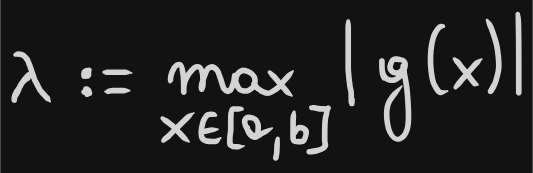
Earlier version of the Excalidraw export Appunti/Excalidraw/2025-03-23_22.51.52.excalidraw.svg (yuritateo03/CalcoloNumerico). Source tidied: one line per element, renumbered; positions are measured from the earlier drawing's top-left corner, leaving out a move shared by most shapes. The source it was exported from:
```json
{"id": 0, "type": "freedraw", "strokeColor": "#1e1e1e", "strokeWidth": 0.5, "roughness": 1, "x": 1, "y": 29, "width": 26, "height": 34, "points": [[0, 0], [1, -1], [1, -1], [2, -1], [4, -1], [6, 0], [7, 1], [8, 2], [9, 4], [9, 4], [9, 6], [10, 7], [11, 9], [12, 12], [14, 18], [15, 20], [16, 22], [17, 23], [18, 25], [18, 26], [20, 28], [21, 29], [23, 31], [23, 31], [24, 32], [25, 33], [26, 33], [26, 34], [25, 34], [25, 34]]}
{"id": 1, "type": "freedraw", "strokeColor": "#1e1e1e", "strokeWidth": 0.5, "roughness": 1, "x": 12, "y": 42, "width": 13, "height": 20, "points": [[0, 0], [-1, 1], [-3, 3], [-4, 4], [-6, 7], [-7, 8], [-9, 12], [-10, 15], [-11, 16], [-11, 18], [-12, 18], [-12, 20], [-12, 18], [-12, 16], [-11, 14], [-9, 12], [-7, 9], [-7, 7], [-5, 6], [-4, 4], [-2, 4], [-1, 4], [-1, 3], [0, 2], [1, 1], [1, 1]]}
{"id": 2, "type": "freedraw", "strokeColor": "#1e1e1e", "strokeWidth": 0.5, "roughness": 1, "x": 51, "y": 55, "width": 3, "height": 4, "points": [[0, 0], [0, 1], [-1, 0], [-1, -1], [-1, -1], [0, -1], [1, -1], [1, -1], [1, -1], [2, -1], [2, 0], [2, 1], [1, 1], [1, 1], [0, 1], [1, 1], [1, 1], [2, 1], [2, 1], [1, 2], [1, 2], [0, 2], [0, 1], [0, 0], [0, 0]]}
{"id": 3, "type": "freedraw", "strokeColor": "#1e1e1e", "strokeWidth": 0.5, "roughness": 1, "x": 51, "y": 45, "width": 4, "height": 5, "points": [[0, 0], [1, 1], [0, 0], [0, -1], [1, -1], [0, -1], [1, -1], [1, 0], [-1, -1], [0, -2], [1, -1], [-1, -1], [-1, -3], [0, -4], [0, -1], [-1, 1], [-1, -1], [-1, -4], [1, -4], [2, -2], [2, 0], [0, 0], [-1, -2], [1, -4], [3, -4], [1, -4], [-1, -3]]}
{"id": 4, "type": "freedraw", "strokeColor": "#1e1e1e", "strokeWidth": 0.5, "roughness": 1, "x": 64, "y": 42, "width": 20, "height": 1, "points": [[0, 0], [1, 0], [1, 0], [2, 0], [3, 0], [4, 0], [4, 0], [5, 0], [7, 0], [8, 0], [9, 0], [9, 0], [10, 0], [11, 0], [12, 0], [12, 0], [13, 0], [14, 0], [15, 0], [15, 0], [16, 0], [17, 0], [18, 0], [18, 0], [19, 0], [20, 0], [20, 1], [20, 1]]}
{"id": 5, "type": "freedraw", "strokeColor": "#1e1e1e", "strokeWidth": 0.5, "roughness": 1, "x": 65, "y": 56, "width": 18, "height": 1, "points": [[0, 0], [1, 0], [2, 0], [3, 0], [4, -1], [4, -1], [6, -1], [7, -1], [7, -1], [8, -1], [9, -1], [9, -1], [10, -1], [11, -1], [12, -1], [12, -1], [13, -1], [14, -1], [15, -1], [15, -1], [16, -1], [17, -1], [18, -1], [18, -1], [18, -1], [18, -1]]}
{"id": 6, "type": "freedraw", "strokeColor": "#1e1e1e", "strokeWidth": 0.5, "roughness": 1, "x": 53, "y": 55, "width": 4, "height": 3, "points": [[0, 0], [1, 0], [1, 1], [-1, 1], [-1, 1], [0, 1], [0, 3], [-1, 2], [0, 1], [1, 1], [1, 2], [-1, 2], [-1, 1], [0, 0], [1, 0], [1, 1], [-1, 1], [-2, 1], [-3, 1], [-1, 1], [-1, 1], [-1, 3], [-2, 3], [-1, 3], [-1, 3]]}
{"id": 7, "type": "freedraw", "strokeColor": "#1e1e1e", "strokeWidth": 0.5, "roughness": 1, "x": 112, "y": 47, "width": 61, "height": 21, "points": [[0, 0], [-1, 1], [1, -7], [5, -12], [8, -7], [9, 4], [9, 8], [10, -1], [18, -10], [23, -4], [22, 7], [22, 0], [27, -9], [33, -7], [36, 1], [39, 8], [43, 7], [45, -4], [45, 0], [51, 8], [60, 4], [59, -3], [52, -7], [46, -4], [47, 7]]}
{"id": 8, "type": "freedraw", "strokeColor": "#1e1e1e", "strokeWidth": 0.5, "roughness": 1, "x": 171, "y": 50, "width": 29, "height": 17, "points": [[0, 0], [1, 1], [2, 2], [3, 4], [4, 4], [6, 5], [7, 7], [9, 7], [10, 7], [12, 7], [15, 5], [16, 4], [18, 3], [20, 1], [21, -1], [23, -3], [26, -6], [27, -7], [28, -9], [29, -9], [28, -9], [28, -9], [28, -9]]}
{"id": 9, "type": "freedraw", "strokeColor": "#1e1e1e", "strokeWidth": 0.5, "roughness": 1, "x": 183, "y": 42, "width": 16, "height": 18, "points": [[0, 0], [1, 0], [1, 1], [4, 4], [5, 5], [8, 9], [12, 13], [13, 15], [15, 17], [15, 17], [15, 18], [16, 18], [16, 17], [16, 17]]}
{"id": 10, "type": "freedraw", "strokeColor": "#1e1e1e", "strokeWidth": 0.5, "roughness": 1, "x": 106, "y": 74, "width": 20, "height": 19, "points": [[0, 0], [-1, -1], [0, 0], [3, 2], [5, 4], [7, 5], [9, 7], [10, 8], [12, 10], [15, 13], [16, 15], [17, 15], [19, 18], [20, 18], [20, 18], [19, 17], [19, 17]]}
{"id": 11, "type": "freedraw", "strokeColor": "#1e1e1e", "strokeWidth": 0.5, "roughness": 1, "x": 107, "y": 91, "width": 22, "height": 20, "points": [[0, 0], [1, 0], [1, -1], [2, -2], [4, -4], [6, -5], [7, -7], [12, -11], [16, -15], [19, -18], [20, -19], [21, -20], [22, -20], [22, -20], [22, -20]]}
{"id": 12, "type": "freedraw", "strokeColor": "#1e1e1e", "strokeWidth": 0.5, "roughness": 1, "x": 144, "y": 72, "width": 15, "height": 20, "points": [[0, 0], [0, -1], [-1, -1], [-2, -1], [-4, -1], [-4, -1], [-7, 0], [-7, 1], [-8, 3], [-9, 4], [-9, 6], [-9, 8], [-10, 10], [-10, 12], [-10, 16], [-9, 18], [-9, 18], [-7, 19], [-4, 19], [-1, 19], [1, 19], [4, 18], [4, 18], [4, 18], [4, 17], [4, 16], [4, 16]]}
{"id": 13, "type": "freedraw", "strokeColor": "#1e1e1e", "strokeWidth": 0.5, "roughness": 1, "x": 133, "y": 85, "width": 13, "height": 2, "points": [[0, 0], [6, -1], [7, -1], [8, -2], [10, -2], [11, -2], [12, -2], [13, -2], [13, -2]]}
{"id": 14, "type": "freedraw", "strokeColor": "#1e1e1e", "strokeWidth": 0.5, "roughness": 1, "x": 163, "y": 68, "width": 10, "height": 27, "points": [[0, 0], [-1, 0], [-2, 0], [-3, 0], [-4, 0], [-5, 0], [-6, 0], [-7, 0], [-7, 0], [-7, 1], [-7, 1], [-8, 4], [-8, 4], [-8, 6], [-8, 7], [-8, 9], [-8, 10], [-8, 12], [-8, 16], [-8, 18], [-9, 20], [-9, 21], [-9, 24], [-9, 26], [-9, 26], [-8, 26], [-7, 26], [-7, 27], [-6, 27], [-5, 27], [-4, 27], [-3, 27], [-2, 27], [-1, 27], [-1, 27], [0, 27], [1, 27], [1, 27], [1, 26], [1, 26]]}
{"id": 15, "type": "freedraw", "strokeColor": "#1e1e1e", "strokeWidth": 0.5, "roughness": 1, "x": 167, "y": 85, "width": 21, "height": 15, "points": [[0, 0], [-1, -1], [-1, -2], [-1, -4], [-1, -4], [-1, -4], [-1, -2], [0, -1], [1, 1], [2, 3], [3, 3], [4, 4], [5, 4], [7, 4], [7, 3], [7, 0], [7, -1], [7, -5], [7, -8], [5, -10], [4, -11], [1, -11], [0, -11], [-1, -11], [-2, -10], [-3, -9], [-3, -7], [-2, -4], [0, -1], [2, 1], [4, 3], [5, 3], [6, 3], [7, 3], [8, 2], [9, 1], [9, 1], [10, 1], [11, 1], [11, 0], [14, -1], [18, -4], [18, -4]]}
{"id": 16, "type": "freedraw", "strokeColor": "#1e1e1e", "strokeWidth": 0.5, "roughness": 1, "x": 188, "y": 89, "width": 2, "height": 15, "points": [[0, 0], [-1, 6], [-1, 9], [-1, 13], [-1, 14], [-1, 15], [-1, 14], [-1, 12], [1, 8], [1, 8]]}
{"id": 17, "type": "freedraw", "strokeColor": "#1e1e1e", "strokeWidth": 0.5, "roughness": 1, "x": 200, "y": 70, "width": 9, "height": 21, "points": [[0, 0], [-1, 1], [-1, 1], [-1, 4], [-1, 6], [-1, 8], [-1, 12], [-1, 16], [-1, 18], [-1, 20], [-1, 20], [0, 21], [1, 21], [1, 21], [2, 21], [3, 21], [4, 21], [4, 21], [5, 21], [7, 21], [7, 20], [8, 19], [8, 18], [9, 17], [9, 15], [9, 13], [9, 12], [7, 12], [5, 11], [4, 11], [2, 11], [1, 12], [1, 14], [1, 15], [1, 16], [1, 16]]}
{"id": 18, "type": "freedraw", "strokeColor": "#1e1e1e", "strokeWidth": 0.5, "roughness": 1, "x": 213, "y": 66, "width": 15, "height": 33, "points": [[0, 0], [-1, 0], [-1, 1], [4, 1], [6, 1], [9, 1], [11, 1], [11, 1], [10, 4], [9, 9], [9, 16], [9, 19], [9, 23], [9, 26], [9, 28], [9, 28], [8, 29], [7, 30], [5, 31], [3, 31], [1, 31], [-1, 32], [-3, 32], [-1, 32], [3, 33], [4, 33]]}
{"id": 19, "type": "freedraw", "strokeColor": "#1e1e1e", "strokeWidth": 0.5, "roughness": 1, "x": 239, "y": 5, "width": 4, "height": 59, "points": [[0, 0], [0, 1], [0, 4], [0, 10], [0, 18], [0, 21], [0, 29], [0, 36], [0, 39], [1, 42], [1, 44], [1, 47], [1, 49], [2, 50], [2, 51], [2, 52], [2, 53], [2, 53], [2, 54], [2, 55], [2, 56], [2, 56], [2, 57], [2, 58], [2, 58], [2, 59], [3, 59], [3, 58], [4, 56], [4, 56], [4, 56]]}
{"id": 20, "type": "freedraw", "strokeColor": "#1e1e1e", "strokeWidth": 0.5, "roughness": 1, "x": 264, "y": 46, "width": 20, "height": 58, "points": [[0, 0], [-1, -4], [-1, -8], [-1, -12], [-1, -13], [-1, -11], [-1, -3], [1, 1], [4, 1], [9, 1], [12, -1], [14, -4], [15, -9], [15, -12], [10, -14], [7, -14], [5, -12], [4, -7], [7, -4], [9, -4], [12, -4], [14, -7], [14, -9], [14, -9], [15, -2], [18, 14], [18, 38], [14, 43], [9, 45], [1, 34], [1, 23], [4, 15], [9, 9], [14, 4]]}
{"id": 21, "type": "freedraw", "strokeColor": "#1e1e1e", "strokeWidth": 0.5, "roughness": 1, "x": 307, "y": 9, "width": 13, "height": 49, "points": [[0, 0], [-2, 0], [-3, 0], [-4, 1], [-7, 6], [-8, 9], [-9, 15], [-9, 20], [-9, 32], [-8, 39], [-7, 40], [-7, 42], [-5, 45], [-3, 47], [-2, 48], [0, 49], [2, 47], [4, 46], [4, 46]]}
{"id": 22, "type": "freedraw", "strokeColor": "#1e1e1e", "strokeWidth": 0.5, "roughness": 1, "x": 315, "y": 32, "width": 18, "height": 21, "points": [[0, 0], [1, 1], [3, 3], [4, 4], [6, 7], [10, 12], [13, 16], [15, 19], [17, 20], [18, 21], [18, 20], [17, 18], [17, 18]]}
{"id": 23, "type": "freedraw", "strokeColor": "#1e1e1e", "strokeWidth": 0.5, "roughness": 1, "x": 315, "y": 53, "width": 19, "height": 20, "points": [[0, 0], [3, -4], [4, -5], [6, -7], [9, -11], [11, -13], [15, -17], [15, -18], [17, -19], [18, -20], [18, -20], [19, -20], [19, -20]]}
{"id": 24, "type": "freedraw", "strokeColor": "#1e1e1e", "strokeWidth": 0.5, "roughness": 1, "x": 338, "y": 4, "width": 9, "height": 52, "points": [[0, 0], [-1, 0], [0, 0], [1, 2], [3, 5], [4, 9], [6, 14], [9, 23], [9, 32], [9, 36], [8, 39], [6, 45], [5, 47], [4, 50], [3, 50], [2, 52], [2, 51], [3, 48], [4, 47], [4, 45], [4, 45]]}
{"id": 25, "type": "freedraw", "strokeColor": "#1e1e1e", "strokeWidth": 0.5, "roughness": 1, "x": 360, "y": 0, "width": 1, "height": 58, "points": [[0, 0], [0, 2], [1, 7], [1, 19], [1, 26], [1, 34], [1, 37], [1, 42], [1, 47], [1, 53], [1, 55], [1, 58], [1, 57], [1, 53], [1, 47], [1, 47]]}
```
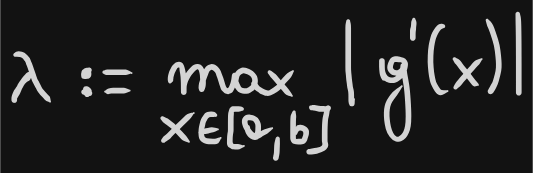
Later version of the same file.

What changed in the source:
```diff
@@ -24,3 +24,4 @@
 {"id": 23, "type": "freedraw", "strokeColor": "#1e1e1e", "strokeWidth": 0.5, "roughness": 1, "x": 315, "y": 53, "width": 19, "height": 20, "points": [[0, 0], [3, -4], [4, -5], [6, -7], [9, -11], [11, -13], [15, -17], [15, -18], [17, -19], [18, -20], [18, -20], [19, -20], [19, -20]]}
 {"id": 24, "type": "freedraw", "strokeColor": "#1e1e1e", "strokeWidth": 0.5, "roughness": 1, "x": 338, "y": 4, "width": 9, "height": 52, "points": [[0, 0], [-1, 0], [0, 0], [1, 2], [3, 5], [4, 9], [6, 14], [9, 23], [9, 32], [9, 36], [8, 39], [6, 45], [5, 47], [4, 50], [3, 50], [2, 52], [2, 51], [3, 48], [4, 47], [4, 45], [4, 45]]}
 {"id": 25, "type": "freedraw", "strokeColor": "#1e1e1e", "strokeWidth": 0.5, "roughness": 1, "x": 360, "y": 0, "width": 1, "height": 58, "points": [[0, 0], [0, 2], [1, 7], [1, 19], [1, 26], [1, 34], [1, 37], [1, 42], [1, 47], [1, 53], [1, 55], [1, 58], [1, 57], [1, 53], [1, 47], [1, 47]]}
+{"id": 26, "type": "freedraw", "strokeColor": "#1e1e1e", "strokeWidth": 0.5, "roughness": 1, "x": 286, "y": 4, "width": 1, "height": 14, "points": [[0, 0], [0, 1], [0, 3], [0, 5], [0, 7], [-1, 9], [-1, 10], [-1, 11], [-1, 11], [-1, 12], [-1, 13], [-1, 13], [-1, 12], [-1, 11], [-1, 9], [-1, 8], [-1, 8], [-1, 7], [0, 6], [0, 5], [0, 4], [0, 4], [0, 3], [0, 3], [0, 2]]}
```
